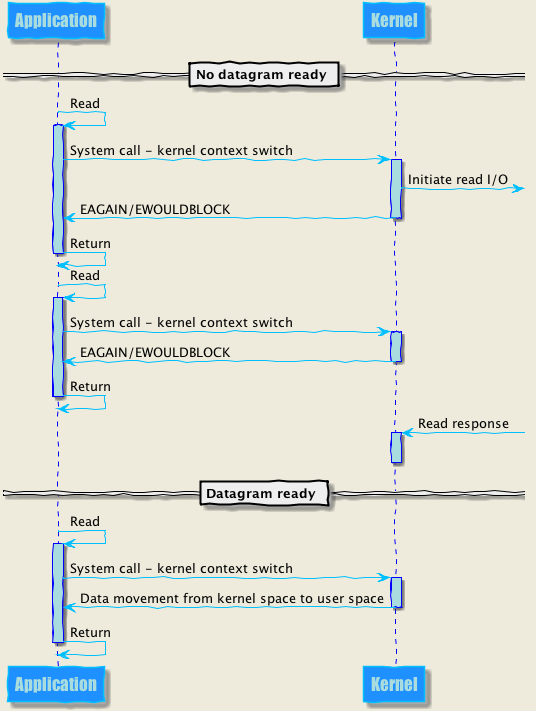
This is io_multiplexing/image/sync_nonblocking.png from Hsin2Code/technology, a PlantUML export, as it was before one commit. Source of this version:
```plantuml
@startuml
skinparam backgroundColor #EEEBDC
skinparam handwritten true

skinparam sequence {

ArrowColor DeepSkyBlue
LifeLineBorderColor blue
LifeLineBackgroundColor #A9DCDF

ParticipantBorderColor Deepskyblue
ParticipantBackgroundColor DodgerBlue
ParticipantFontName Impact
ParticipantFontSize 17
ParticipantFontColor #A9DCDF

}
participant Application as A
participant Kernel as K

== No datagram ready ==
A -> A : Read
activate A
A -> K : System call - kernel context switch
activate K
K ->] : Initiate read I/O
A <- K : EAGAIN/EWOULDBLOCK
deactivate K
A -> A : Return
deactivate A

A -> A : Read
activate A
A -> K : System call - kernel context switch
activate K
A <- K : EAGAIN/EWOULDBLOCK
deactivate K
A -> A : Return
deactivate A
     K <-] : Read response
activate K
== Datagram ready ==
deactivate K
A -> A : Read
activate A
A -> K : System call - kernel context switch
activate K
A <- K : Data movement from kernel space to user space
deactivate K
A -> A : Return
deactivate A

@enduml
```
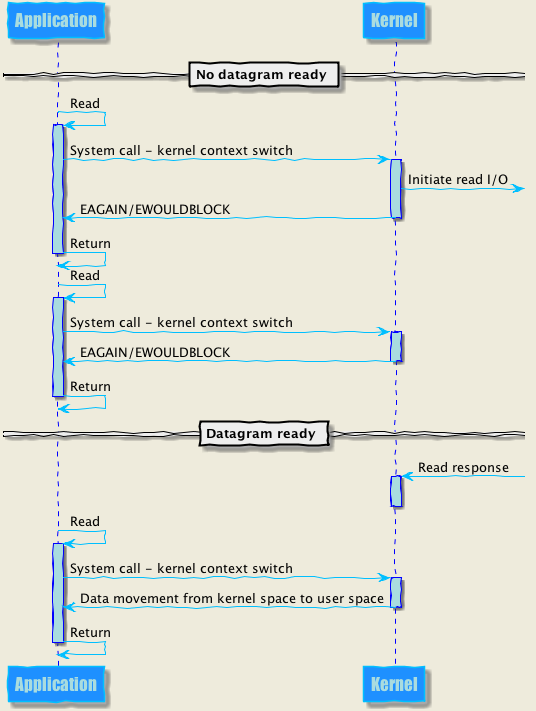
After the change.

The edit, as a diff of the source:
```diff
@@ -37,9 +37,9 @@
 deactivate K
 A -> A : Return
 deactivate A
+== Datagram ready ==
      K <-] : Read response
 activate K
-== Datagram ready ==
 deactivate K
 A -> A : Read
 activate A
```
